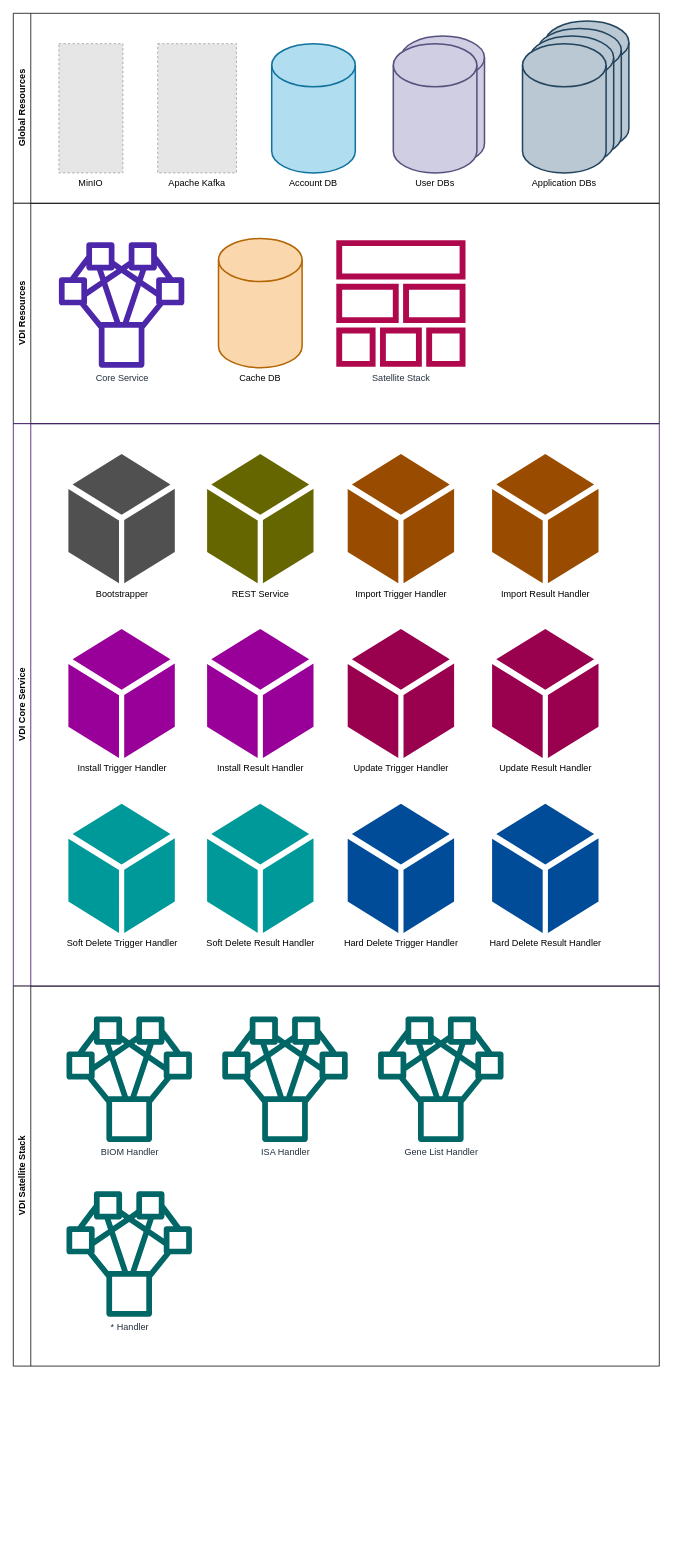
VEuPathDB/VDI keeps this draw.io diagram as page "components" (1 of 5) of docs/design/1.0/diagrams/vdi.drawio. Above is the earlier version. Source tidied: cells renumbered, new cells numbered last; positions are measured from the earlier drawing's top-left corner, leaving out a move shared by most shapes. Both pictures are drawn from the tidied source at 76%, with x=0, y=0 at pixel (13, 13). Pictures stored in the file or linked from it are replaced by grey dashed boxes.
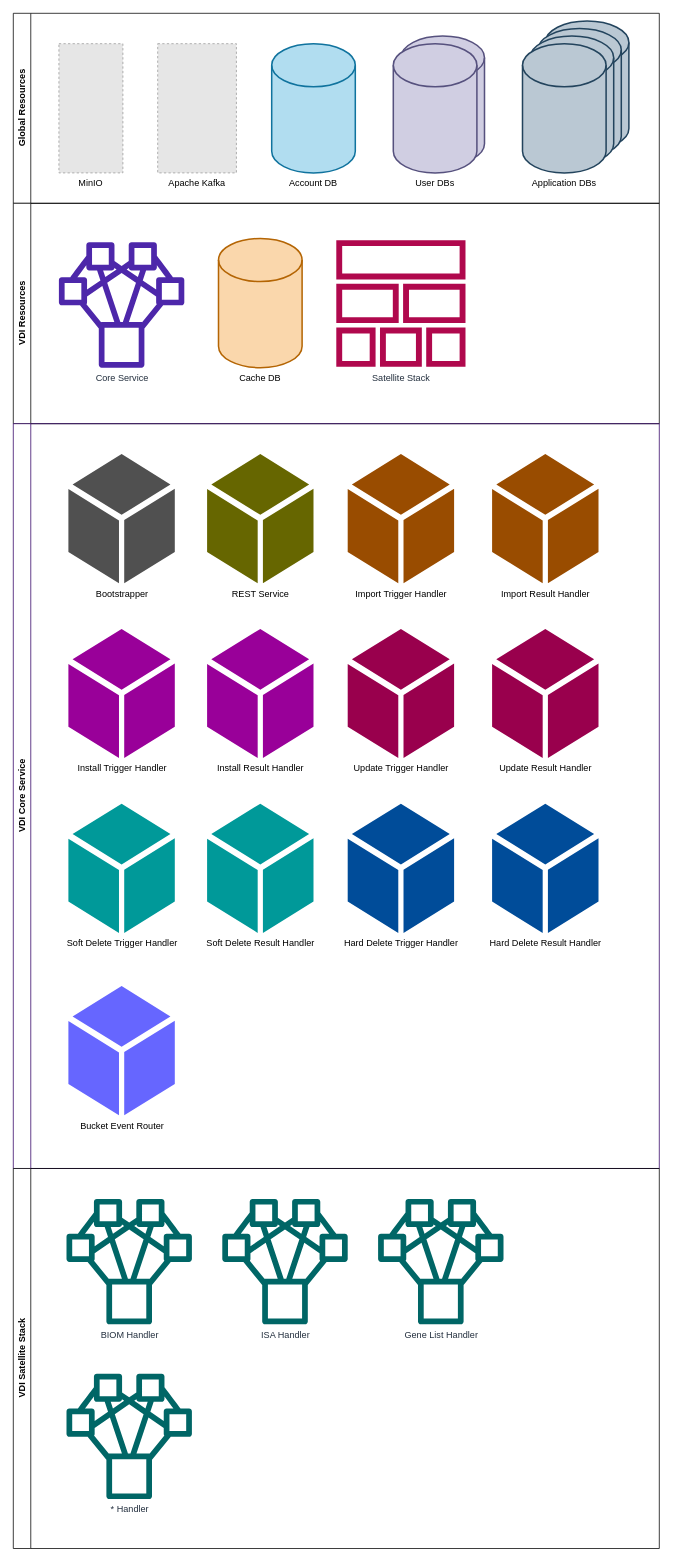
The same page after the edit.

Diff of the diagram source:
```diff
@@
     <mxCell id="18" value="VDI Core Service" style="swimlane;horizontal=0;whiteSpace=wrap;html=1;strokeColor=#330066;" parent="1" vertex="1">
-      <mxGeometry y="540" width="850" height="740" as="geometry" />
+      <mxGeometry y="540" width="850" height="980" as="geometry" />
     </mxCell>
@@
+    <mxCell id="36" value="Bucket Event Router" style="sketch=0;shadow=0;dashed=0;html=1;strokeColor=none;fillColor=#6666FF;labelPosition=center;verticalLabelPosition=bottom;verticalAlign=top;align=center;shape=mxgraph.office.concepts.node_generic;" parent="18" vertex="1">
+      <mxGeometry x="72.5" y="740" width="140" height="170" as="geometry" />
+    </mxCell>
     <mxCell id="31" value="VDI Satellite Stack" style="swimlane;horizontal=0;whiteSpace=wrap;html=1;" parent="1" vertex="1">
-      <mxGeometry y="1280" width="850" height="500" as="geometry" />
+      <mxGeometry y="1520" width="850" height="500" as="geometry" />
     </mxCell>
```
